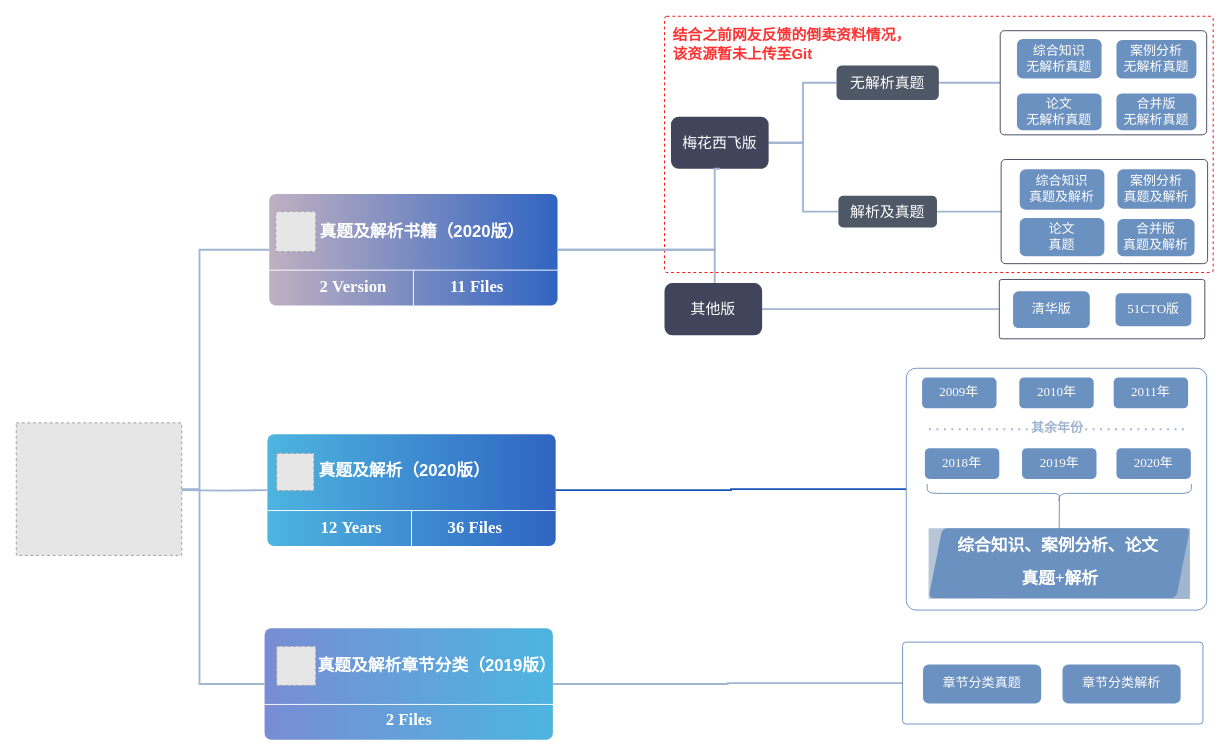
Betterchildren/system_architect keeps this draw.io diagram as 项目图片/years.drawio. Above is the earlier version. Source tidied: cells renumbered, new cells numbered last; positions are measured from the earlier drawing's top-left corner, leaving out a move shared by most shapes. Both pictures are drawn from the tidied source at 93%, with x=0, y=0 at pixel (16, 16). Pictures stored in the file or linked from it are replaced by grey dashed boxes.
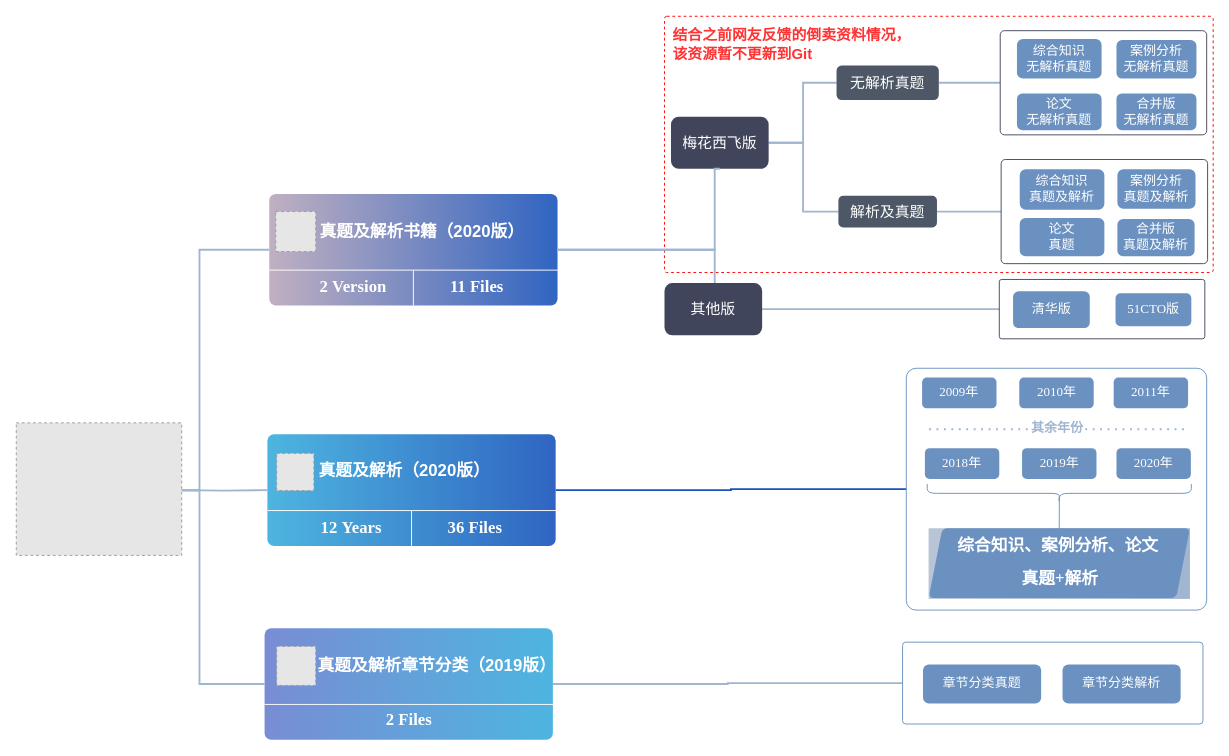
Above is the later version.

Commit message (it also covers changes not shown here):
真题资源说明图片更新

Unchanged cells that the change refers to:
```xml
<mxCell id="4" style="rounded=1;whiteSpace=wrap;html=1;strokeColor=none;gradientDirection=east;arcSize=6;imageWidth=24;fillOpacity=90;gradientColor=#1954BB;fillColor=#B9A7BB;" parent="3" vertex="1">
  <mxGeometry width="310" height="120" as="geometry" />
</mxCell>
<mxCell id="68" style="fillColor=#E6E6E6;strokeColor=#999999;dashed=1;verticalLabelPosition=bottom;verticalAlign=top;fontFamily=Times New Roman;fontColor=#FFFFFF;" parent="1" vertex="1">
  <mxGeometry y="437.2" width="177.9" height="142.5" as="geometry" />
</mxCell>
```

The edit, as a diff of the source:
```diff
@@
-    <mxCell id="67" style="edgeStyle=orthogonalEdgeStyle;rounded=0;jettySize=auto;html=1;entryX=0;entryY=0.5;entryDx=0;entryDy=0;fontFamily=Times New Roman;fontSize=14;fontColor=#FFFFFF;endArrow=none;endFill=0;strokeColor=#A0B5D0;strokeWidth=2;" parent="1" edge="1" source="68" target="4">
+    <mxCell id="67" style="edgeStyle=orthogonalEdgeStyle;rounded=0;jettySize=auto;html=1;entryX=0;entryY=0.5;entryDx=0;entryDy=0;fontFamily=Times New Roman;fontSize=14;fontColor=#FFFFFF;endArrow=none;endFill=0;strokeColor=#A0B5D0;strokeWidth=2;exitX=0.994;exitY=0.499;exitDx=0;exitDy=0;exitPerimeter=0;" parent="1" edge="1" source="68" target="4">
       <mxGeometry relative="1" as="geometry">
         <Array as="points">
-          <mxPoint x="197" y="509" />
+          <mxPoint x="177" y="510" />
+          <mxPoint x="197" y="510" />
           <mxPoint x="197" y="251" />
         </Array>
       </mxGeometry>
     </mxCell>
@@
-    <mxCell id="78" value="&lt;font style=&quot;font-size: 16px&quot; color=&quot;#ff3333&quot;&gt;&lt;b&gt;结合之前网友反馈的倒卖资料情况，&lt;br&gt;该资源暂未上传至Git&lt;/b&gt;&lt;/font&gt;" style="text;html=1;align=left;verticalAlign=middle;fillColor=none;strokeColor=none;rounded=0;dashed=1;fontSize=16;" parent="1" vertex="1">
+    <mxCell id="78" value="&lt;font style=&quot;font-size: 16px&quot; color=&quot;#ff3333&quot;&gt;&lt;b&gt;结合之前网友反馈的倒卖资料情况，&lt;br&gt;该资源暂不更新到Git&lt;/b&gt;&lt;/font&gt;" style="text;html=1;align=left;verticalAlign=middle;fillColor=none;strokeColor=none;rounded=0;dashed=1;fontSize=16;" parent="1" vertex="1">
       <mxGeometry x="704" y="10" width="270" height="40" as="geometry" />
     </mxCell>
```
